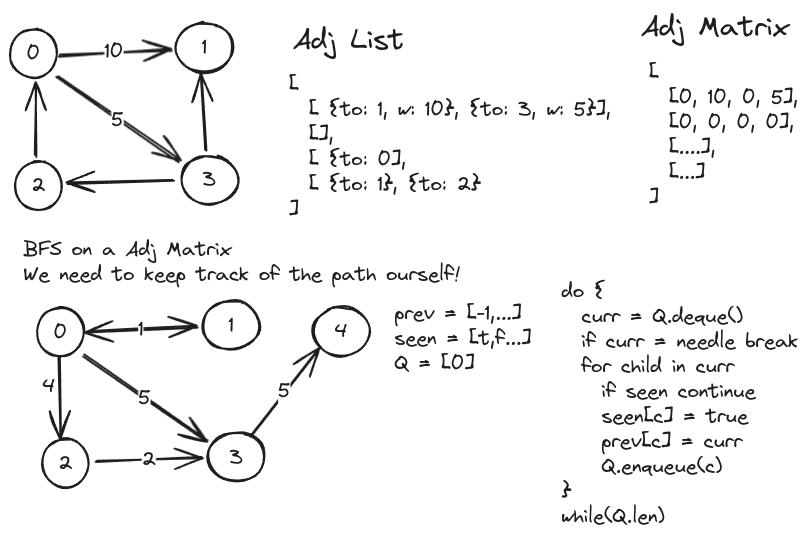
Before: docs/graphs/images/list-matrix.excalidraw.png, a diagram exported from Excalidraw (ThomasCode92/fem-algorithms). Source tidied: one line per element, renumbered; positions are measured from the earlier drawing's top-left corner, leaving out a move shared by most shapes. Source of this version:
```json
{"id": 0, "type": "text", "text": "Adj List", "strokeColor": "#1e1e1e", "strokeWidth": 2, "roughness": 1, "fontSize": 28, "fontFamily": 1, "x": 283, "y": 13, "width": 111, "height": 35}
{"id": 1, "type": "text", "text": "Adj Matrix", "strokeColor": "#1e1e1e", "strokeWidth": 2, "roughness": 1, "fontSize": 28, "fontFamily": 1, "x": 631, "y": 0, "width": 147, "height": 35}
{"id": 2, "type": "ellipse", "strokeColor": "#1e1e1e", "strokeWidth": 2, "roughness": 1, "round": true, "x": 0, "y": 19, "width": 47, "height": 49}
{"id": 3, "type": "text", "text": "0", "strokeColor": "#1e1e1e", "strokeWidth": 2, "roughness": 1, "fontSize": 20, "fontFamily": 1, "textAlign": "center", "verticalAlign": "middle", "inside": 2, "x": 17, "y": 31, "width": 14, "height": 25}
{"id": 4, "type": "ellipse", "strokeColor": "#1e1e1e", "strokeWidth": 2, "roughness": 1, "round": true, "x": 5, "y": 151, "width": 47, "height": 49}
{"id": 5, "type": "text", "text": "2", "strokeColor": "#1e1e1e", "strokeWidth": 2, "roughness": 1, "fontSize": 20, "fontFamily": 1, "textAlign": "center", "verticalAlign": "middle", "inside": 4, "x": 21, "y": 163, "width": 14, "height": 25}
{"id": 6, "type": "ellipse", "strokeColor": "#1e1e1e", "strokeWidth": 2, "roughness": 1, "round": true, "x": 166, "y": 13, "width": 57, "height": 49}
{"id": 7, "type": "text", "text": "1", "strokeColor": "#1e1e1e", "strokeWidth": 2, "roughness": 1, "fontSize": 20, "fontFamily": 1, "textAlign": "center", "verticalAlign": "middle", "inside": 6, "x": 192, "y": 25, "width": 5, "height": 25}
{"id": 8, "type": "ellipse", "strokeColor": "#1e1e1e", "strokeWidth": 2, "roughness": 1, "round": true, "x": 171, "y": 145, "width": 57, "height": 49}
{"id": 9, "type": "text", "text": "3", "strokeColor": "#1e1e1e", "strokeWidth": 2, "roughness": 1, "fontSize": 20, "fontFamily": 1, "textAlign": "center", "verticalAlign": "middle", "inside": 8, "x": 193, "y": 157, "width": 14, "height": 25}
{"id": 10, "type": "arrow", "strokeColor": "#1e1e1e", "strokeWidth": 2, "roughness": 1, "endArrowhead": "arrow", "round": true, "from": 2, "to": 6, "x": 48, "y": 44, "width": 112, "height": 5, "points": [[0, 0], [112, -5]]}
{"id": 11, "type": "text", "text": "10", "strokeColor": "#1e1e1e", "strokeWidth": 2, "roughness": 1, "fontSize": 20, "fontFamily": 1, "textAlign": "center", "verticalAlign": "middle", "inside": 10, "x": 366, "y": 70, "width": 19, "height": 25}
{"id": 12, "type": "arrow", "strokeColor": "#1e1e1e", "strokeWidth": 2, "roughness": 1, "endArrowhead": "arrow", "round": true, "from": 2, "to": 8, "x": 46, "y": 66, "width": 123, "height": 86, "points": [[0, 0], [123, 86]]}
{"id": 13, "type": "text", "text": "5", "strokeColor": "#1e1e1e", "strokeWidth": 2, "roughness": 1, "fontSize": 20, "fontFamily": 1, "textAlign": "center", "verticalAlign": "middle", "inside": 12, "x": 101, "y": 96, "width": 12, "height": 25}
{"id": 14, "type": "arrow", "strokeColor": "#1e1e1e", "strokeWidth": 2, "roughness": 1, "endArrowhead": "arrow", "round": true, "from": 8, "to": 4, "x": 164, "y": 170, "width": 106, "height": 3, "points": [[0, 0], [-106, 3]]}
{"id": 15, "type": "arrow", "strokeColor": "#1e1e1e", "strokeWidth": 2, "roughness": 1, "endArrowhead": "arrow", "round": true, "from": 4, "to": 2, "x": 26, "y": 146, "width": 1, "height": 73, "points": [[0, 0], [-1, -73]]}
{"id": 16, "type": "arrow", "strokeColor": "#1e1e1e", "strokeWidth": 2, "roughness": 1, "endArrowhead": "arrow", "round": true, "from": 8, "to": 6, "x": 196, "y": 140, "width": 5, "height": 78, "points": [[0, 0], [-5, -78]]}
{"id": 17, "type": "text", "text": "[\n  [ {to: 1, w: 10}, {to: 3, w: 5}],\n  [],\n  [ {to: 0],\n  [ {to: 1}, {to: 2}\n]", "strokeColor": "#1e1e1e", "strokeWidth": 2, "roughness": 1, "fontSize": 20, "fontFamily": 1, "x": 279, "y": 62, "width": 322, "height": 150}
{"id": 18, "type": "text", "text": "[\n  [0, 10, 0, 5],\n  [0, 0, 0, 0],\n  [....],\n  [...]\n]", "strokeColor": "#1e1e1e", "strokeWidth": 2, "roughness": 1, "fontSize": 20, "fontFamily": 1, "x": 639, "y": 50, "width": 149, "height": 150}
{"id": 19, "type": "ellipse", "strokeColor": "#1e1e1e", "strokeWidth": 2, "roughness": 1, "round": true, "x": 27, "y": 298, "width": 47, "height": 49}
{"id": 20, "type": "text", "text": "0", "strokeColor": "#1e1e1e", "strokeWidth": 2, "roughness": 1, "fontSize": 20, "fontFamily": 1, "textAlign": "center", "verticalAlign": "middle", "inside": 19, "x": 43, "y": 310, "width": 14, "height": 25}
{"id": 21, "type": "ellipse", "strokeColor": "#1e1e1e", "strokeWidth": 2, "roughness": 1, "round": true, "x": 32, "y": 428, "width": 47, "height": 49}
{"id": 22, "type": "text", "text": "2", "strokeColor": "#1e1e1e", "strokeWidth": 2, "roughness": 1, "fontSize": 20, "fontFamily": 1, "textAlign": "center", "verticalAlign": "middle", "inside": 21, "x": 48, "y": 441, "width": 14, "height": 25}
{"id": 23, "type": "ellipse", "strokeColor": "#1e1e1e", "strokeWidth": 2, "roughness": 1, "round": true, "x": 193, "y": 290, "width": 57, "height": 49}
{"id": 24, "type": "text", "text": "1", "strokeColor": "#1e1e1e", "strokeWidth": 2, "roughness": 1, "fontSize": 20, "fontFamily": 1, "textAlign": "center", "verticalAlign": "middle", "inside": 23, "x": 219, "y": 303, "width": 5, "height": 25}
{"id": 25, "type": "ellipse", "strokeColor": "#1e1e1e", "strokeWidth": 2, "roughness": 1, "round": true, "x": 303, "y": 296, "width": 57, "height": 49}
{"id": 26, "type": "text", "text": "4", "strokeColor": "#1e1e1e", "strokeWidth": 2, "roughness": 1, "fontSize": 20, "fontFamily": 1, "textAlign": "center", "verticalAlign": "middle", "inside": 25, "x": 325, "y": 309, "width": 13, "height": 25}
{"id": 27, "type": "ellipse", "strokeColor": "#1e1e1e", "strokeWidth": 2, "roughness": 1, "round": true, "x": 198, "y": 422, "width": 57, "height": 49}
{"id": 28, "type": "text", "text": "3", "strokeColor": "#1e1e1e", "strokeWidth": 2, "roughness": 1, "fontSize": 20, "fontFamily": 1, "textAlign": "center", "verticalAlign": "middle", "inside": 27, "x": 219, "y": 435, "width": 14, "height": 25}
{"id": 29, "type": "arrow", "strokeColor": "#1e1e1e", "strokeWidth": 2, "roughness": 1, "startArrowhead": "arrow", "endArrowhead": "arrow", "round": true, "from": 19, "to": 23, "x": 75, "y": 322, "width": 112, "height": 6, "points": [[0, 0], [112, -6]]}
{"id": 30, "type": "text", "text": "1", "strokeColor": "#1e1e1e", "strokeWidth": 2, "roughness": 1, "fontSize": 20, "fontFamily": 1, "textAlign": "center", "verticalAlign": "middle", "inside": 29, "x": 127, "y": 182, "width": 5, "height": 25}
{"id": 31, "type": "arrow", "strokeColor": "#1e1e1e", "strokeWidth": 2, "roughness": 1, "endArrowhead": "arrow", "round": true, "from": 19, "to": 27, "x": 73, "y": 344, "width": 123, "height": 85, "points": [[0, 0], [123, 85]]}
{"id": 32, "type": "text", "text": "5", "strokeColor": "#1e1e1e", "strokeWidth": 2, "roughness": 1, "fontSize": 20, "fontFamily": 1, "textAlign": "center", "verticalAlign": "middle", "inside": 31, "x": 127, "y": 250, "width": 12, "height": 25}
{"id": 33, "type": "arrow", "strokeColor": "#1e1e1e", "strokeWidth": 2, "roughness": 1, "startArrowhead": "arrow", "round": true, "from": 27, "to": 21, "x": 192, "y": 448, "width": 106, "height": 3, "points": [[0, 0], [-106, 3]]}
{"id": 34, "type": "text", "text": "2", "strokeColor": "#1e1e1e", "strokeWidth": 2, "roughness": 1, "fontSize": 20, "fontFamily": 1, "textAlign": "center", "verticalAlign": "middle", "inside": 33, "x": 131, "y": 312, "width": 14, "height": 25}
{"id": 35, "type": "text", "text": "BFS on a Adj Matrix\nWe need to keep track of the path ourself!", "strokeColor": "#1e1e1e", "strokeWidth": 2, "roughness": 1, "fontSize": 20, "fontFamily": 1, "x": 14, "y": 227, "width": 436, "height": 50}
{"id": 36, "type": "arrow", "strokeColor": "#1e1e1e", "strokeWidth": 2, "roughness": 1, "endArrowhead": "arrow", "round": true, "from": 19, "to": 21, "x": 50, "y": 347, "width": 0, "height": 82, "points": [[0, 0], [0, 82]]}
{"id": 37, "type": "text", "text": "4", "strokeColor": "#1e1e1e", "strokeWidth": 2, "roughness": 1, "fontSize": 20, "fontFamily": 1, "x": 33, "y": 364, "width": 13, "height": 25}
{"id": 38, "type": "arrow", "strokeColor": "#1e1e1e", "strokeWidth": 2, "roughness": 1, "startArrowhead": "arrow", "round": true, "from": 25, "to": 27, "x": 309, "y": 337, "width": 69, "height": 87, "points": [[0, 0], [-69, 87]]}
{"id": 39, "type": "text", "text": "5", "strokeColor": "#1e1e1e", "strokeWidth": 2, "roughness": 1, "fontSize": 20, "fontFamily": 1, "textAlign": "center", "verticalAlign": "middle", "inside": 38, "x": 267, "y": 243, "width": 12, "height": 25}
{"id": 40, "type": "text", "text": "prev = [-1,...]\nseen = [t,f...]\nQ = [0]", "strokeColor": "#1e1e1e", "strokeWidth": 2, "roughness": 1, "fontSize": 20, "fontFamily": 1, "x": 385, "y": 291, "width": 137, "height": 75}
{"id": 41, "type": "text", "text": "do {\n  curr = Q.deque()\n  if curr = needle break\n  for child in curr\n    if seen continue\n    seen[c] = true\n    prev[c] = curr\n    Q.enqueue(c)\n}\nwhile(Q.len)", "strokeColor": "#1e1e1e", "strokeWidth": 2, "roughness": 1, "fontSize": 20, "fontFamily": 1, "x": 552, "y": 269, "width": 237, "height": 250}
```
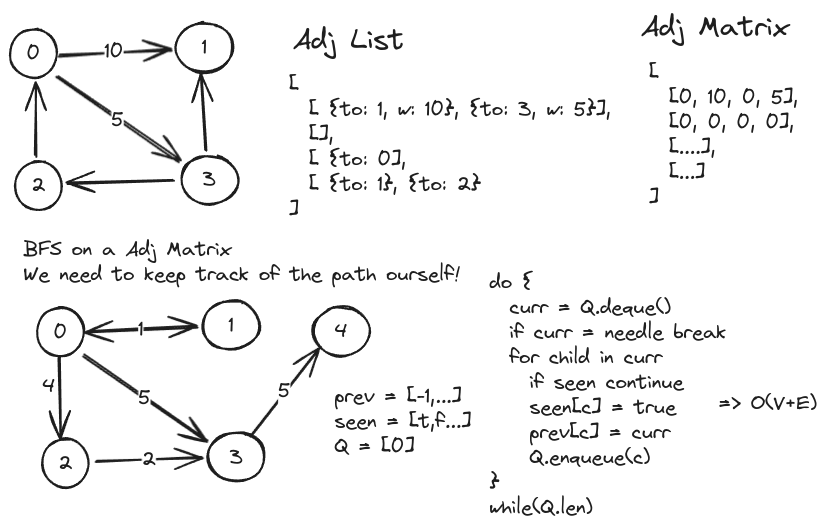
The same file after the commit.

Commit message:
Implementing DFS on Adjacency List

The edit, as a diff of the source:
```diff
@@ -38,5 +38,6 @@
 {"id": 37, "type": "text", "text": "4", "strokeColor": "#1e1e1e", "strokeWidth": 2, "roughness": 1, "fontSize": 20, "fontFamily": 1, "x": 33, "y": 364, "width": 13, "height": 25}
 {"id": 38, "type": "arrow", "strokeColor": "#1e1e1e", "strokeWidth": 2, "roughness": 1, "startArrowhead": "arrow", "round": true, "from": 25, "to": 27, "x": 309, "y": 337, "width": 69, "height": 87, "points": [[0, 0], [-69, 87]]}
 {"id": 39, "type": "text", "text": "5", "strokeColor": "#1e1e1e", "strokeWidth": 2, "roughness": 1, "fontSize": 20, "fontFamily": 1, "textAlign": "center", "verticalAlign": "middle", "inside": 38, "x": 267, "y": 243, "width": 12, "height": 25}
-{"id": 40, "type": "text", "text": "prev = [-1,...]\nseen = [t,f...]\nQ = [0]", "strokeColor": "#1e1e1e", "strokeWidth": 2, "roughness": 1, "fontSize": 20, "fontFamily": 1, "x": 385, "y": 291, "width": 137, "height": 75}
+{"id": 40, "type": "text", "text": "prev = [-1,...]\nseen = [t,f...]\nQ = [0]", "strokeColor": "#1e1e1e", "strokeWidth": 2, "roughness": 1, "fontSize": 20, "fontFamily": 1, "x": 325, "y": 374, "width": 137, "height": 75}
-{"id": 41, "type": "text", "text": "do {\n  curr = Q.deque()\n  if curr = needle break\n  for child in curr\n    if seen continue\n    seen[c] = true\n    prev[c] = curr\n    Q.enqueue(c)\n}\nwhile(Q.len)", "strokeColor": "#1e1e1e", "strokeWidth": 2, "roughness": 1, "fontSize": 20, "fontFamily": 1, "x": 552, "y": 269, "width": 237, "height": 250}
+{"id": 41, "type": "text", "text": "do {\n  curr = Q.deque()\n  if curr = needle break\n  for child in curr\n    if seen continue\n    seen[c] = true\n    prev[c] = curr\n    Q.enqueue(c)\n}\nwhile(Q.len)", "strokeColor": "#1e1e1e", "strokeWidth": 2, "roughness": 1, "fontSize": 20, "fontFamily": 1, "x": 480, "y": 260, "width": 237, "height": 250}
+{"id": 42, "type": "text", "text": "=> O(V+E)", "strokeColor": "#1e1e1e", "strokeWidth": 2, "roughness": 1, "fontSize": 20, "fontFamily": 1, "x": 709, "y": 381, "width": 98, "height": 25}
```
